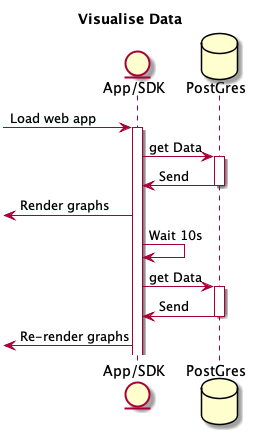
The PlantUML diagram docs/view_data.png in froeba/workshop-web-app, before a commit.
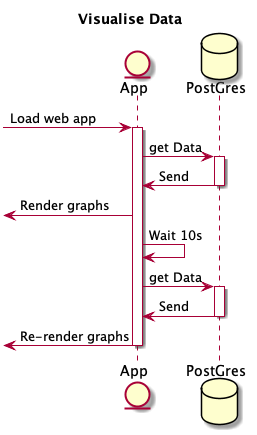
The same diagram one commit later.

What changed in the source:
```diff
@@ -1,6 +1,6 @@
 @startuml view_data
 title Visualise Data
-entity "App/SDK" as app
+entity "App" as app
 database "PostGres" as db
 
 -> app: Load web app
@@ -16,5 +16,5 @@
 db  -> app: Send
 deactivate db
 <- app: Re-render graphs
-
+deactivate app
 @enduml
```
